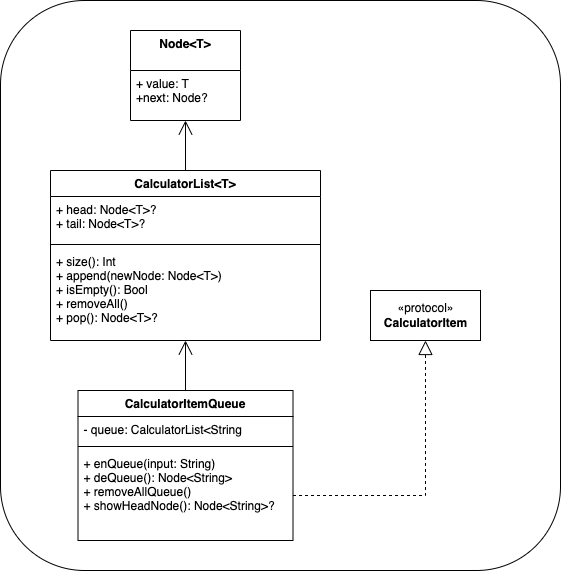
Earlier version of the draw.io export CalculatorAppClassDiagramStep1.png (yagom-academy/ios-calculator-app). Source tidied: cells renumbered, new cells last; positions are measured from the earlier drawing's top-left corner, leaving out a move shared by most shapes.
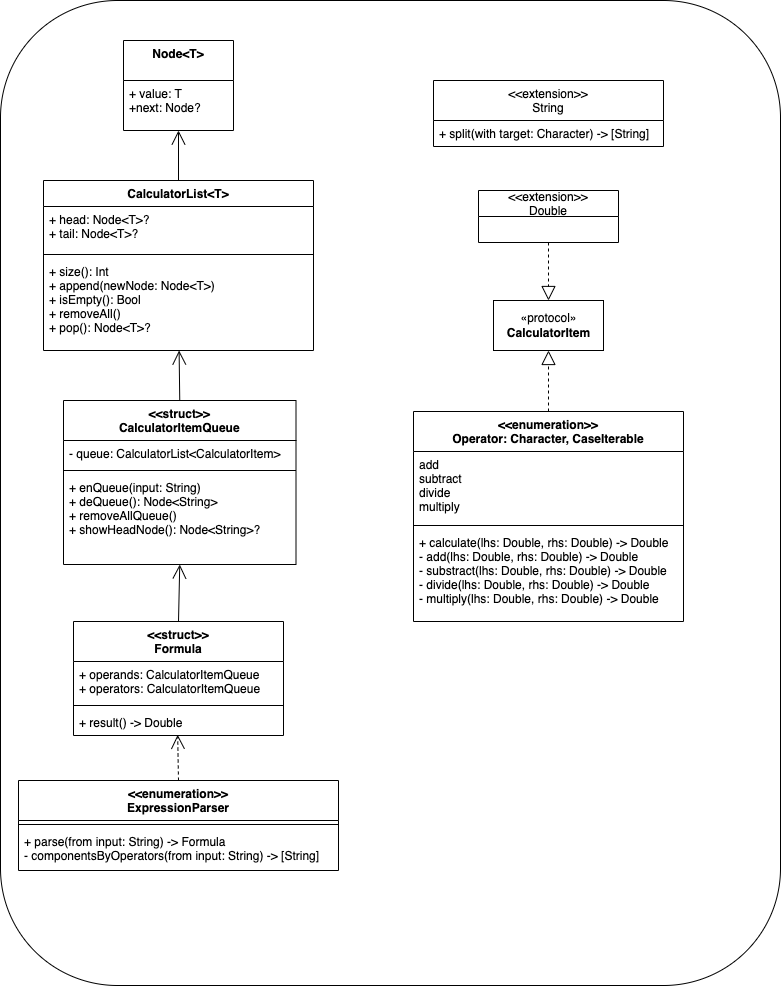
Above is the later version.

Commit message:
docs: Update Class Diagram for STEP 2

- update class diagram

Change to the diagram source:
```diff
@@ -3,16 +3,16 @@
     <mxCell id="0" />
     <mxCell id="1" parent="0" />
     <mxCell id="2" style="rounded=1;whiteSpace=wrap;html=1;" parent="1" vertex="1">
-      <mxGeometry width="560" height="570" as="geometry" />
+      <mxGeometry x="-163" y="-60" width="780" height="985" as="geometry" />
     </mxCell>
     <mxCell id="3" value="Node&lt;T&gt;" style="swimlane;fontStyle=1;align=center;verticalAlign=top;horizontal=1;startSize=40;" parent="1" vertex="1">
-      <mxGeometry x="130" y="30" width="110" height="90" as="geometry" />
+      <mxGeometry x="-40" y="-20" width="110" height="90" as="geometry" />
     </mxCell>
     <mxCell id="4" value="+ value: T&#10;+next: Node?" style="text;strokeColor=none;fillColor=none;align=left;verticalAlign=top;spacingLeft=4;spacingRight=4;overflow=hidden;points=[[0,0.5],[1,0.5]];portConstraint=eastwest;" parent="3" vertex="1">
       <mxGeometry y="40" width="110" height="50" as="geometry" />
     </mxCell>
     <mxCell id="5" value="CalculatorList&lt;T&gt;" style="swimlane;fontStyle=1;align=center;verticalAlign=top;horizontal=1;startSize=26;" parent="1" vertex="1">
-      <mxGeometry x="50" y="170" width="270" height="170" as="geometry" />
+      <mxGeometry x="-120" y="120" width="270" height="170" as="geometry" />
     </mxCell>
     <mxCell id="6" value="+ head: Node&lt;T&gt;?&#10;+ tail: Node&lt;T&gt;?" style="text;strokeColor=none;fillColor=none;align=left;verticalAlign=top;spacingLeft=4;spacingRight=4;overflow=hidden;" parent="5" vertex="1">
       <mxGeometry y="26" width="270" height="44" as="geometry" />
@@ -23,17 +23,17 @@
     <mxCell id="8" value="+ size(): Int&#10;+ append(newNode: Node&lt;T&gt;)&#10;+ isEmpty(): Bool&#10;+ removeAll()&#10;+ pop(): Node&lt;T&gt;?" style="text;strokeColor=none;fillColor=none;align=left;verticalAlign=top;spacingLeft=4;spacingRight=4;overflow=hidden;points=[[0,0.5],[1,0.5]];portConstraint=eastwest;" parent="5" vertex="1">
       <mxGeometry y="78" width="270" height="92" as="geometry" />
     </mxCell>
-    <mxCell id="9" value="CalculatorItemQueue" style="swimlane;fontStyle=1;align=center;verticalAlign=top;horizontal=1;startSize=26;" parent="1" vertex="1">
-      <mxGeometry x="77.5" y="390" width="215" height="150" as="geometry" />
+    <mxCell id="9" value="&lt;&lt;struct&gt;&gt;&#10;CalculatorItemQueue" style="swimlane;fontStyle=1;align=center;verticalAlign=top;horizontal=1;startSize=40;" parent="1" vertex="1">
+      <mxGeometry x="-100" y="340" width="232.5" height="164" as="geometry" />
     </mxCell>
-    <mxCell id="10" value="- queue: CalculatorList&lt;String" style="text;strokeColor=none;fillColor=none;align=left;verticalAlign=top;spacingLeft=4;spacingRight=4;overflow=hidden;" parent="9" vertex="1">
-      <mxGeometry y="26" width="215" height="26" as="geometry" />
+    <mxCell id="10" value="- queue: CalculatorList&lt;CalculatorItem&gt;" style="text;strokeColor=none;fillColor=none;align=left;verticalAlign=top;spacingLeft=4;spacingRight=4;overflow=hidden;" parent="9" vertex="1">
+      <mxGeometry y="40" width="232.5" height="26" as="geometry" />
     </mxCell>
     <mxCell id="11" style="line;strokeWidth=1;fillColor=none;align=left;verticalAlign=middle;spacingTop=-1;spacingLeft=3;spacingRight=3;labelPosition=right;" parent="9" vertex="1">
-      <mxGeometry y="52" width="215" height="8" as="geometry" />
+      <mxGeometry y="66" width="232.5" height="8" as="geometry" />
     </mxCell>
     <mxCell id="12" value="+ enQueue(input: String)&#10;+ deQueue(): Node&lt;String&gt;&#10;+ removeAllQueue()&#10;+ showHeadNode(): Node&lt;String&gt;?" style="text;strokeColor=none;fillColor=none;align=left;verticalAlign=top;spacingLeft=4;spacingRight=4;overflow=hidden;points=[[0,0.5],[1,0.5]];portConstraint=eastwest;" parent="9" vertex="1">
-      <mxGeometry y="60" width="215" height="90" as="geometry" />
+      <mxGeometry y="74" width="232.5" height="90" as="geometry" />
     </mxCell>
     <mxCell id="13" style="endArrow=open;endFill=1;endSize=12;html=1;rounded=0;exitX=0.5;exitY=0;exitDx=0;exitDy=0;" parent="1" edge="1" source="5" target="4">
       <mxGeometry relative="1" as="geometry" />
@@ -42,14 +42,61 @@
       <mxGeometry relative="1" as="geometry" />
     </mxCell>
     <mxCell id="15" value="«protocol»&lt;br&gt;&lt;b&gt;CalculatorItem&lt;/b&gt;" style="html=1;" parent="1" vertex="1">
-      <mxGeometry x="370" y="290" width="110" height="50" as="geometry" />
+      <mxGeometry x="330" y="240" width="110" height="50" as="geometry" />
     </mxCell>
-    <mxCell id="16" style="endArrow=block;dashed=1;endFill=0;endSize=12;html=1;rounded=0;entryX=0.5;entryY=1;entryDx=0;entryDy=0;exitX=1;exitY=0.5;exitDx=0;exitDy=0;" parent="1" edge="1" source="12" target="15">
-      <mxGeometry relative="1" as="geometry">
-        <Array as="points">
-          <mxPoint x="425" y="495" />
-        </Array>
-      </mxGeometry>
-    </mxCell>
+    <mxCell id="17" value="&lt;&lt;enumeration&gt;&gt;&#10;Operator: Character, CaseIterable" style="swimlane;fontStyle=1;align=center;verticalAlign=top;horizontal=1;startSize=40;" parent="1" vertex="1">
+      <mxGeometry x="250" y="351" width="270" height="210" as="geometry" />
+    </mxCell>
+    <mxCell id="18" value="add&#10;subtract&#10;divide&#10;multiply" style="text;strokeColor=none;fillColor=none;align=left;verticalAlign=top;spacingLeft=4;spacingRight=4;overflow=hidden;" parent="17" vertex="1">
+      <mxGeometry y="40" width="270" height="70" as="geometry" />
+    </mxCell>
+    <mxCell id="19" style="line;strokeWidth=1;fillColor=none;align=left;verticalAlign=middle;spacingTop=-1;spacingLeft=3;spacingRight=3;labelPosition=right;" parent="17" vertex="1">
+      <mxGeometry y="110" width="270" height="8" as="geometry" />
+    </mxCell>
+    <mxCell id="20" value="+ calculate(lhs: Double, rhs: Double) -&gt; Double&#10;- add(lhs: Double, rhs: Double) -&gt; Double&#10;- substract(lhs: Double, rhs: Double) -&gt; Double&#10;- divide(lhs: Double, rhs: Double) -&gt; Double&#10;- multiply(lhs: Double, rhs: Double) -&gt; Double" style="text;strokeColor=none;fillColor=none;align=left;verticalAlign=top;spacingLeft=4;spacingRight=4;overflow=hidden;" parent="17" vertex="1">
+      <mxGeometry y="118" width="270" height="92" as="geometry" />
+    </mxCell>
+    <mxCell id="21" style="endArrow=block;dashed=1;endFill=0;endSize=12;html=1;rounded=0;entryX=0.5;entryY=1;entryDx=0;entryDy=0;exitX=0.5;exitY=0;exitDx=0;exitDy=0;" parent="1" edge="1" source="17" target="15">
+      <mxGeometry relative="1" as="geometry" />
+    </mxCell>
+    <mxCell id="22" value="&lt;&lt;extension&gt;&gt;&#10;Double" style="swimlane;fontStyle=0;horizontal=1;startSize=26;fillColor=none;" parent="1" vertex="1">
+      <mxGeometry x="315" y="130" width="140" height="52" as="geometry" />
+    </mxCell>
+    <mxCell id="23" style="endArrow=block;dashed=1;endFill=0;endSize=12;html=1;rounded=0;entryX=0.5;entryY=0;entryDx=0;entryDy=0;exitX=0.5;exitY=1;exitDx=0;exitDy=0;" parent="1" edge="1" source="22" target="15">
+      <mxGeometry relative="1" as="geometry" />
+    </mxCell>
+    <mxCell id="24" value="&lt;&lt;extension&gt;&gt;&#10;String" style="swimlane;fontStyle=0;horizontal=1;startSize=40;fillColor=none;" parent="1" vertex="1">
+      <mxGeometry x="270" y="20" width="230" height="66" as="geometry" />
+    </mxCell>
+    <mxCell id="25" value="+ split(with target: Character) -&gt; [String]" style="text;strokeColor=none;fillColor=none;align=left;verticalAlign=top;spacingLeft=4;spacingRight=4;overflow=hidden;" parent="24" vertex="1">
+      <mxGeometry y="40" width="230" height="26" as="geometry" />
+    </mxCell>
+    <mxCell id="26" value="&lt;&lt;struct&gt;&gt;&#10;Formula&#10;" style="swimlane;fontStyle=1;align=center;verticalAlign=top;horizontal=1;startSize=40;" parent="1" vertex="1">
+      <mxGeometry x="-90" y="561" width="210" height="114" as="geometry" />
+    </mxCell>
+    <mxCell id="27" value="+ operands: CalculatorItemQueue&#10;+ operators: CalculatorItemQueue" style="text;strokeColor=none;fillColor=none;align=left;verticalAlign=top;spacingLeft=4;spacingRight=4;overflow=hidden;" parent="26" vertex="1">
+      <mxGeometry y="40" width="210" height="40" as="geometry" />
+    </mxCell>
+    <mxCell id="28" style="line;strokeWidth=1;fillColor=none;align=left;verticalAlign=middle;spacingTop=-1;spacingLeft=3;spacingRight=3;labelPosition=right;" parent="26" vertex="1">
+      <mxGeometry y="80" width="210" height="8" as="geometry" />
+    </mxCell>
+    <mxCell id="29" value="+ result() -&gt; Double" style="text;strokeColor=none;fillColor=none;align=left;verticalAlign=top;spacingLeft=4;spacingRight=4;overflow=hidden;points=[[0,0.5],[1,0.5]];portConstraint=eastwest;" parent="26" vertex="1">
+      <mxGeometry y="88" width="210" height="26" as="geometry" />
+    </mxCell>
+    <mxCell id="30" value="&lt;&lt;enumeration&gt;&gt;&#10;ExpressionParser" style="swimlane;fontStyle=1;align=center;verticalAlign=top;horizontal=1;startSize=40;" parent="1" vertex="1">
+      <mxGeometry x="-145" y="720" width="320" height="90" as="geometry" />
+    </mxCell>
+    <mxCell id="31" style="line;strokeWidth=1;fillColor=none;align=left;verticalAlign=middle;spacingTop=-1;spacingLeft=3;spacingRight=3;labelPosition=right;" parent="30" vertex="1">
+      <mxGeometry y="40" width="320" height="8" as="geometry" />
+    </mxCell>
+    <mxCell id="32" value="+ parse(from input: String) -&gt; Formula&#10;- componentsByOperators(from input: String) -&gt; [String]" style="text;strokeColor=none;fillColor=none;align=left;verticalAlign=top;spacingLeft=4;spacingRight=4;overflow=hidden;" parent="30" vertex="1">
+      <mxGeometry y="48" width="320" height="42" as="geometry" />
+    </mxCell>
+    <mxCell id="33" style="endArrow=open;endFill=1;endSize=12;html=1;rounded=0;dashed=1;entryX=0.496;entryY=0.973;entryDx=0;entryDy=0;entryPerimeter=0;exitX=0.5;exitY=0;exitDx=0;exitDy=0;" parent="1" edge="1" source="30" target="29">
+      <mxGeometry relative="1" as="geometry" />
+    </mxCell>
+    <mxCell id="34" style="endArrow=open;endFill=1;endSize=12;html=1;rounded=0;entryX=0.5;entryY=1;entryDx=0;entryDy=0;exitX=0.5;exitY=0;exitDx=0;exitDy=0;" parent="1" edge="1" source="26" target="9">
+      <mxGeometry relative="1" as="geometry" />
+    </mxCell>
   </root>
 </mxGraphModel>
```
